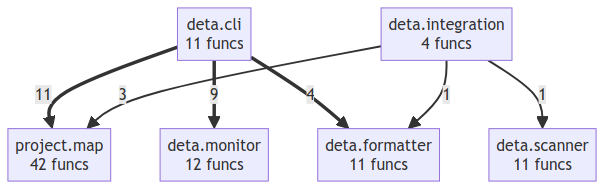
This is project/compact_flow.png from semcod/deta, a Mermaid export, as it was before one commit. Its source is kept beside it as project/compact_flow.mmd. Source of this version:
```mermaid
flowchart TD
    deta__cli["deta.cli<br/>11 funcs"]
    deta__formatter["deta.formatter<br/>11 funcs"]
    deta__integration["deta.integration<br/>4 funcs"]
    deta__monitor["deta.monitor<br/>12 funcs"]
    deta__scanner["deta.scanner<br/>11 funcs"]
    project__map["project.map<br/>42 funcs"]
    deta__cli ==>|11| project__map
    deta__cli ==>|9| deta__monitor
    deta__cli ==>|4| deta__formatter
    deta__integration -->|3| project__map
    deta__integration -->|1| deta__formatter
    deta__integration -->|1| deta__scanner
```
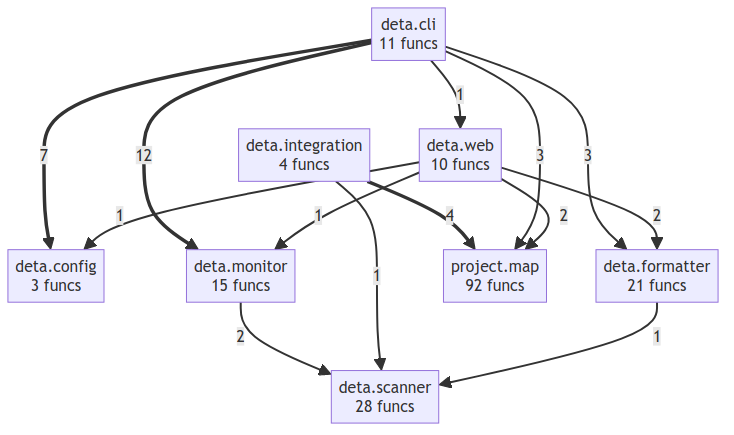
Later version of the same file.

Diff of the diagram source:
```diff
@@ -1,13 +1,22 @@
 flowchart TD
     deta__cli["deta.cli<br/>11 funcs"]
-    deta__formatter["deta.formatter<br/>11 funcs"]
+    deta__config["deta.config<br/>3 funcs"]
+    deta__formatter["deta.formatter<br/>21 funcs"]
     deta__integration["deta.integration<br/>4 funcs"]
-    deta__monitor["deta.monitor<br/>12 funcs"]
-    deta__scanner["deta.scanner<br/>11 funcs"]
-    project__map["project.map<br/>42 funcs"]
-    deta__cli ==>|11| project__map
-    deta__cli ==>|9| deta__monitor
-    deta__cli ==>|4| deta__formatter
-    deta__integration -->|3| project__map
-    deta__integration -->|1| deta__formatter
+    deta__monitor["deta.monitor<br/>15 funcs"]
+    deta__scanner["deta.scanner<br/>28 funcs"]
+    deta__web["deta.web<br/>10 funcs"]
+    project__map["project.map<br/>92 funcs"]
+    deta__cli ==>|12| deta__monitor
+    deta__cli ==>|7| deta__config
+    deta__integration ==>|4| project__map
+    deta__cli -->|3| project__map
+    deta__cli -->|3| deta__formatter
+    deta__web -->|2| project__map
+    deta__web -->|2| deta__formatter
+    deta__monitor -->|2| deta__scanner
+    deta__cli -->|1| deta__web
+    deta__web -->|1| deta__monitor
+    deta__web -->|1| deta__config
     deta__integration -->|1| deta__scanner
+    deta__formatter -->|1| deta__scanner
```
